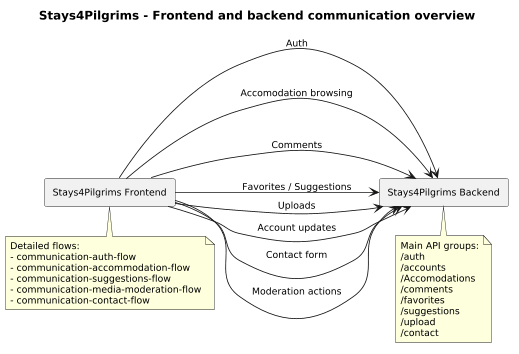
This is docs/diagrams/png/communication-overview.png from alegna83/cookbook-be, a PlantUML export, as it was before one commit. Its diagram source:
```plantuml
@startuml
title Stays4Pilgrims - Frontend and backend communication overview
scale 0.85
left to right direction
skinparam defaultFontName Arial
skinparam defaultFontSize 11
skinparam componentStyle rectangle
skinparam component {
  Padding 8
}
skinparam ArrowThickness 1

component "Stays4Pilgrims Frontend" as FE
component "Stays4Pilgrims Backend" as BE

FE --> BE : Auth
FE --> BE : Accomodation browsing
FE --> BE : Comments
FE --> BE : Favorites / Suggestions
FE --> BE : Uploads
FE --> BE : Account updates
FE --> BE : Contact form
FE --> BE : Moderation actions

note bottom of FE
  Detailed flows:
  - communication-auth-flow
  - communication-accommodation-flow
  - communication-suggestions-flow
  - communication-media-moderation-flow
  - communication-contact-flow
end note

note bottom of BE
  Main API groups:
  /auth
  /accounts
  /Accomodations
  /comments
  /favorites
  /suggestions
  /upload
  /contact
end note

@enduml
```
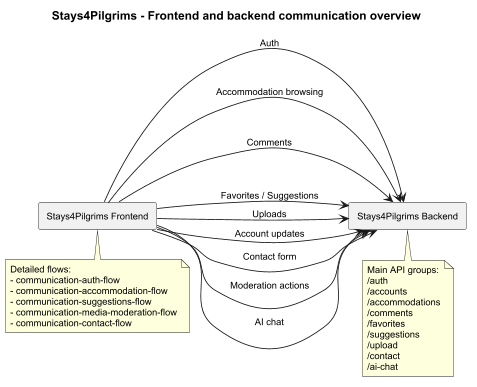
After the change.

Diff of the diagram source:
```diff
@@ -14,13 +14,14 @@
 component "Stays4Pilgrims Backend" as BE
 
 FE --> BE : Auth
-FE --> BE : Accomodation browsing
+FE --> BE : Accommodation browsing
 FE --> BE : Comments
 FE --> BE : Favorites / Suggestions
 FE --> BE : Uploads
 FE --> BE : Account updates
 FE --> BE : Contact form
 FE --> BE : Moderation actions
+FE --> BE : AI chat
 
 note bottom of FE
   Detailed flows:
@@ -35,12 +36,13 @@
   Main API groups:
   /auth
   /accounts
-  /Accomodations
+  /accommodations
   /comments
   /favorites
   /suggestions
   /upload
   /contact
+  /ai-chat
 end note
 
 @enduml
```
